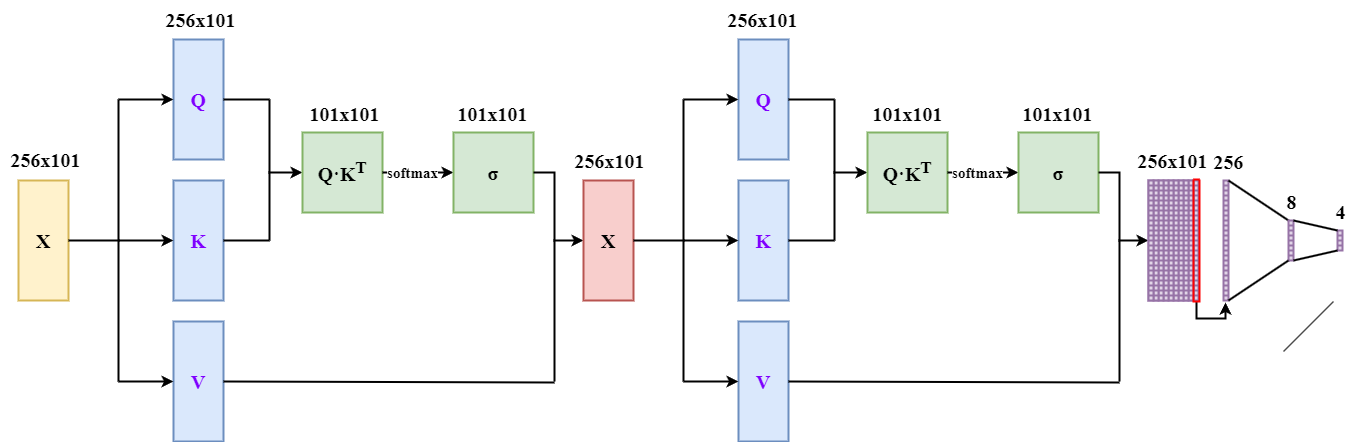
The draw.io diagram attention.drawio.png in Purer-lyk/network_pic, before a commit. Source tidied: cells renumbered, new cells last; positions are measured from the earlier drawing's top-left corner, leaving out a move shared by most shapes.
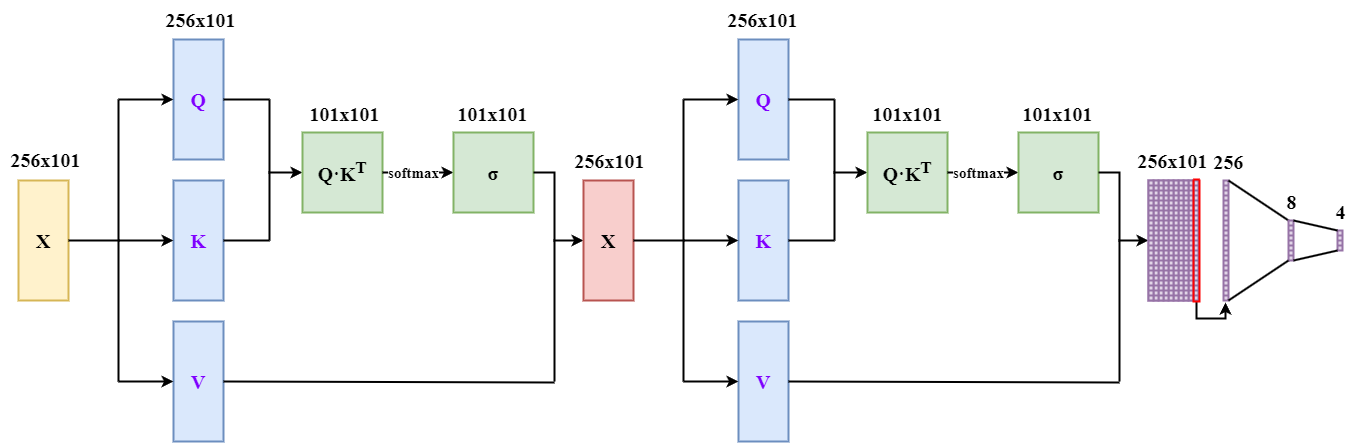
The same file after the commit.

Change to the diagram source:
```diff
@@ -1945,11 +1945,5 @@
     <mxCell id="625" value="&lt;span style=&quot;font-size: 20px;&quot;&gt;&lt;b&gt;&lt;font face=&quot;Times New Roman&quot;&gt;4&lt;/font&gt;&lt;/b&gt;&lt;/span&gt;" style="text;html=1;align=center;verticalAlign=middle;strokeColor=none;fillColor=none;" parent="1" vertex="1">
       <mxGeometry x="1325" y="192" width="29" height="38" as="geometry" />
     </mxCell>
-    <mxCell id="626" style="endArrow=none;html=1;rounded=0;" parent="1" edge="1">
-      <mxGeometry relative="1" as="geometry">
-        <mxPoint x="1283" y="351" as="sourcePoint" />
-        <mxPoint x="1333" y="301" as="targetPoint" />
-      </mxGeometry>
-    </mxCell>
   </root>
 </mxGraphModel>
```
